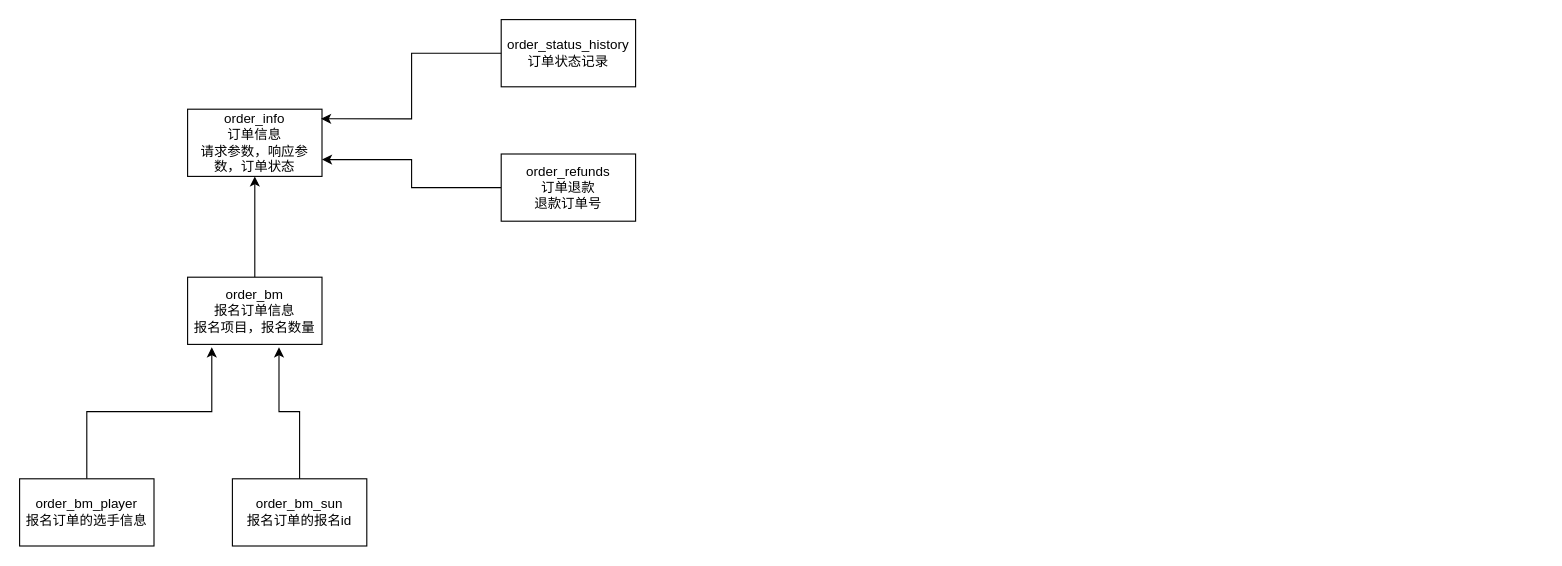
The draw.io diagram 表流程.drawio in 1502792304/wxchat_pay_loop, before the edit. Source tidied: cells renumbered, new cells numbered last; positions are measured from the earlier drawing's top-left corner, leaving out a move shared by most shapes. Both pictures are drawn from the tidied source at 112%, with x=0, y=0 at pixel (19, 19).
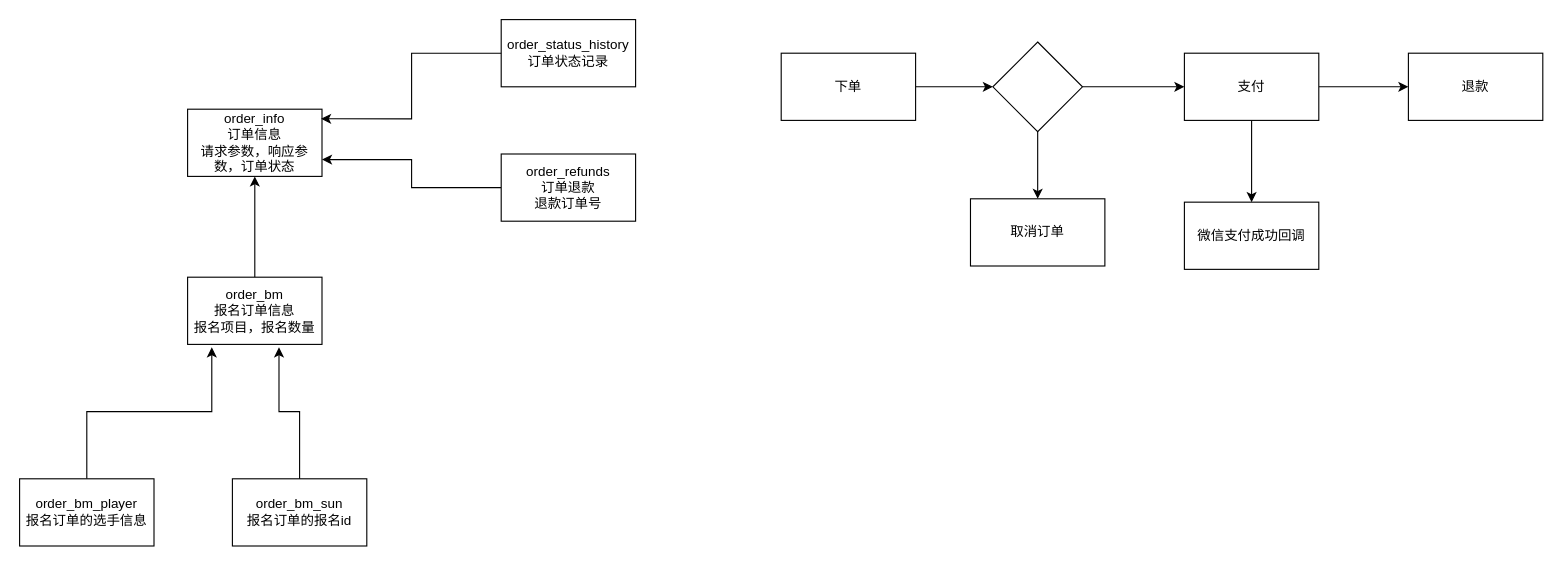
The same page after the edit.

Commit message:
更新表流程.drawio

Change to the diagram source:
```diff
@@
+    <mxCell id="13" style="edgeStyle=orthogonalEdgeStyle;rounded=0;jettySize=auto;html=1;exitX=1;exitY=0.5;exitDx=0;exitDy=0;entryX=0;entryY=0.5;entryDx=0;entryDy=0;" parent="1" edge="1" source="14" target="20">
+      <mxGeometry relative="1" as="geometry" />
+    </mxCell>
+    <mxCell id="14" value="下单" style="rounded=0;whiteSpace=wrap;html=1;" parent="1" vertex="1">
+      <mxGeometry x="680" y="30" width="120" height="60" as="geometry" />
+    </mxCell>
+    <mxCell id="15" style="edgeStyle=orthogonalEdgeStyle;rounded=0;jettySize=auto;html=1;exitX=1;exitY=0.5;exitDx=0;exitDy=0;" parent="1" edge="1" source="17" target="22">
+      <mxGeometry relative="1" as="geometry" />
+    </mxCell>
+    <mxCell id="16" style="edgeStyle=orthogonalEdgeStyle;rounded=0;jettySize=auto;html=1;exitX=0.5;exitY=1;exitDx=0;exitDy=0;" parent="1" edge="1" source="17" target="23">
+      <mxGeometry relative="1" as="geometry" />
+    </mxCell>
+    <mxCell id="17" value="支付" style="rounded=0;whiteSpace=wrap;html=1;" parent="1" vertex="1">
+      <mxGeometry x="1040" y="30" width="120" height="60" as="geometry" />
+    </mxCell>
+    <mxCell id="18" style="edgeStyle=orthogonalEdgeStyle;rounded=0;jettySize=auto;html=1;exitX=1;exitY=0.5;exitDx=0;exitDy=0;entryX=0;entryY=0.5;entryDx=0;entryDy=0;" parent="1" edge="1" source="20" target="17">
+      <mxGeometry relative="1" as="geometry" />
+    </mxCell>
+    <mxCell id="19" style="edgeStyle=orthogonalEdgeStyle;rounded=0;jettySize=auto;html=1;exitX=0.5;exitY=1;exitDx=0;exitDy=0;entryX=0.5;entryY=0;entryDx=0;entryDy=0;" parent="1" edge="1" source="20" target="21">
+      <mxGeometry relative="1" as="geometry" />
+    </mxCell>
+    <mxCell id="20" style="rhombus;whiteSpace=wrap;html=1;" parent="1" vertex="1">
+      <mxGeometry x="869" y="20" width="80" height="80" as="geometry" />
+    </mxCell>
+    <mxCell id="21" value="取消订单" style="rounded=0;whiteSpace=wrap;html=1;" parent="1" vertex="1">
+      <mxGeometry x="849" y="160" width="120" height="60" as="geometry" />
+    </mxCell>
+    <mxCell id="22" value="退款" style="rounded=0;whiteSpace=wrap;html=1;" parent="1" vertex="1">
+      <mxGeometry x="1240" y="30" width="120" height="60" as="geometry" />
+    </mxCell>
+    <mxCell id="23" value="微信支付成功回调" style="rounded=0;whiteSpace=wrap;html=1;" parent="1" vertex="1">
+      <mxGeometry x="1040" y="163" width="120" height="60" as="geometry" />
+    </mxCell>
```
